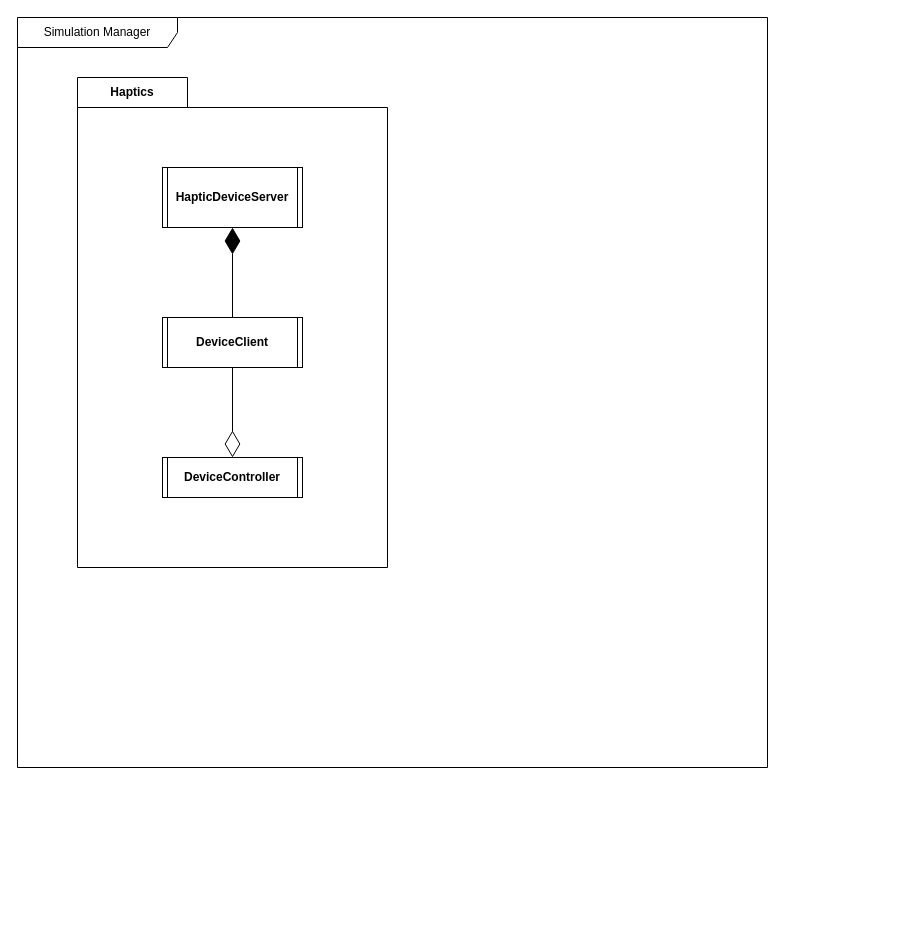
Before: CAS/Drawio/Simulation-Manager.drawio in robotics-intelligent-systems/jfxrss, a draw.io diagram. Source tidied: cells renumbered, new cells numbered last; positions are measured from the earlier drawing's top-left corner, leaving out a move shared by most shapes. Both pictures are drawn from the tidied source at 100%, with x=0, y=0 at pixel (17, 17).
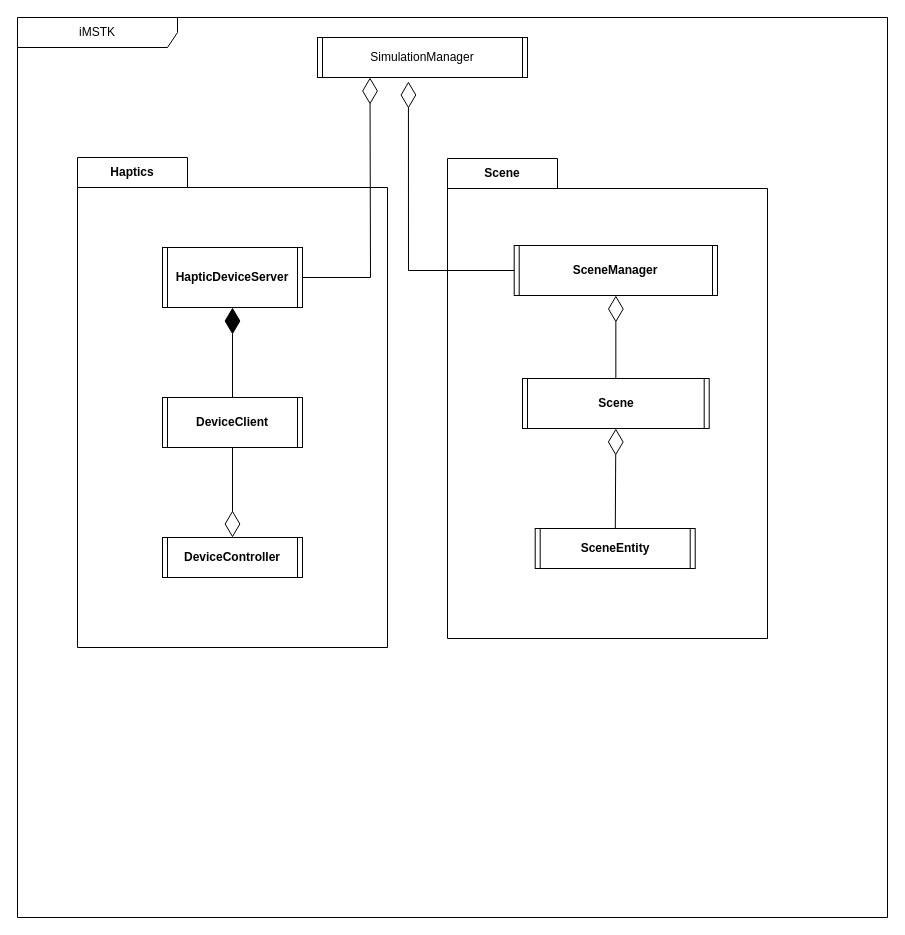
After the change.

Commit message:
[fix] Including scene package

The change refers to these unchanged cells:
```xml
<mxCell id="4" value="HapticDeviceServer" style="shape=process2;fixedSize=1;size=5;fontStyle=1;html=1;whiteSpace=wrap;" parent="3" vertex="1">
  <mxGeometry x="85" y="90" width="140" height="60" as="geometry" />
</mxCell>
```

Diff of the diagram source:
```diff
@@
-    <mxCell id="2" value="Simulation Manager" style="shape=umlFrame;whiteSpace=wrap;html=1;width=160;" parent="1" vertex="1">
-      <mxGeometry width="750" height="750" as="geometry" />
+    <mxCell id="2" value="iMSTK" style="shape=umlFrame;whiteSpace=wrap;html=1;width=160;" parent="1" vertex="1">
+      <mxGeometry width="870" height="900" as="geometry" />
     </mxCell>
     <mxCell id="3" value="Haptics" style="shape=folder;fontStyle=1;tabWidth=110;tabHeight=30;tabPosition=left;html=1;boundedLbl=1;labelInHeader=1;whiteSpace=wrap;" parent="2" vertex="1">
-      <mxGeometry x="60" y="60" width="310" height="490" as="geometry" />
+      <mxGeometry x="60" y="140" width="310" height="490" as="geometry" />
     </mxCell>
@@
+    <mxCell id="9" value="Scene" style="shape=folder;fontStyle=1;tabWidth=110;tabHeight=30;tabPosition=left;html=1;boundedLbl=1;labelInHeader=1;whiteSpace=wrap;" parent="2" vertex="1">
+      <mxGeometry x="430" y="141" width="320" height="480" as="geometry" />
+    </mxCell>
+    <mxCell id="10" value="SceneManager" style="shape=process2;fixedSize=1;size=5;fontStyle=1;html=1;whiteSpace=wrap;" parent="9" vertex="1">
+      <mxGeometry x="66.7" y="87" width="203.3" height="50" as="geometry" />
+    </mxCell>
+    <mxCell id="11" value="Scene" style="shape=process2;fixedSize=1;size=5;fontStyle=1;html=1;whiteSpace=wrap;" parent="9" vertex="1">
+      <mxGeometry x="75" y="220" width="186.7" height="50" as="geometry" />
+    </mxCell>
+    <mxCell id="12" value="SceneEntity" style="shape=process2;fixedSize=1;size=5;fontStyle=1;html=1;whiteSpace=wrap;" parent="9" vertex="1">
+      <mxGeometry x="87.7" y="370" width="160" height="40" as="geometry" />
+    </mxCell>
+    <mxCell id="13" style="endArrow=diamondThin;endFill=0;endSize=24;html=1;rounded=0;entryX=0.5;entryY=1;entryDx=0;entryDy=0;" parent="9" edge="1" source="11" target="10">
+      <mxGeometry relative="1" as="geometry" />
+    </mxCell>
+    <mxCell id="14" style="endArrow=diamondThin;endFill=0;endSize=24;html=1;rounded=0;entryX=0.5;entryY=1;entryDx=0;entryDy=0;" parent="9" edge="1" source="12" target="11">
+      <mxGeometry relative="1" as="geometry" />
+    </mxCell>
+    <mxCell id="15" value="&lt;span style=&quot;font-weight: 400;&quot;&gt;SimulationManager&lt;/span&gt;" style="shape=process2;fixedSize=1;size=5;fontStyle=1;html=1;whiteSpace=wrap;" parent="2" vertex="1">
+      <mxGeometry x="300" y="20" width="210" height="40" as="geometry" />
+    </mxCell>
+    <mxCell id="16" style="endArrow=diamondThin;endFill=0;endSize=24;html=1;rounded=0;exitX=1;exitY=0.5;exitDx=0;exitDy=0;entryX=0.25;entryY=1;entryDx=0;entryDy=0;" parent="2" edge="1" source="4" target="15">
+      <mxGeometry relative="1" as="geometry">
+        <Array as="points">
+          <mxPoint x="353" y="260" />
+        </Array>
+      </mxGeometry>
+    </mxCell>
+    <mxCell id="17" style="endArrow=diamondThin;endFill=0;endSize=24;html=1;rounded=0;entryX=0.433;entryY=1.1;entryDx=0;entryDy=0;entryPerimeter=0;exitX=0;exitY=0.5;exitDx=0;exitDy=0;" parent="2" edge="1" source="10" target="15">
+      <mxGeometry relative="1" as="geometry">
+        <Array as="points">
+          <mxPoint x="391" y="253" />
+        </Array>
+      </mxGeometry>
+    </mxCell>
```
